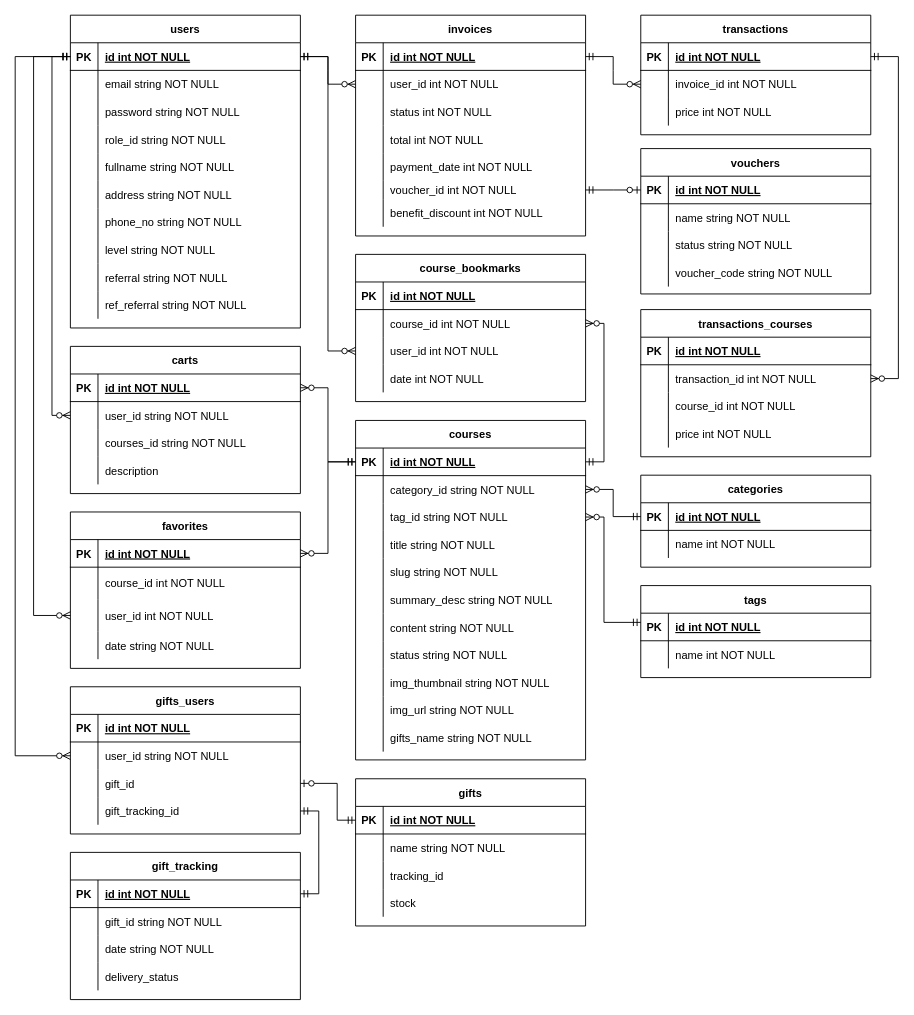
The draw.io diagram page "ERD" (1 of 2) of online-learning.drawio in azmiadhani/diagramsnet, before the edit. Source tidied: cells renumbered, new cells numbered last; positions are measured from the earlier drawing's top-left corner, leaving out a move shared by most shapes. Both pictures are drawn from the tidied source at 92%, with x=0, y=0 at pixel (-77, 15).
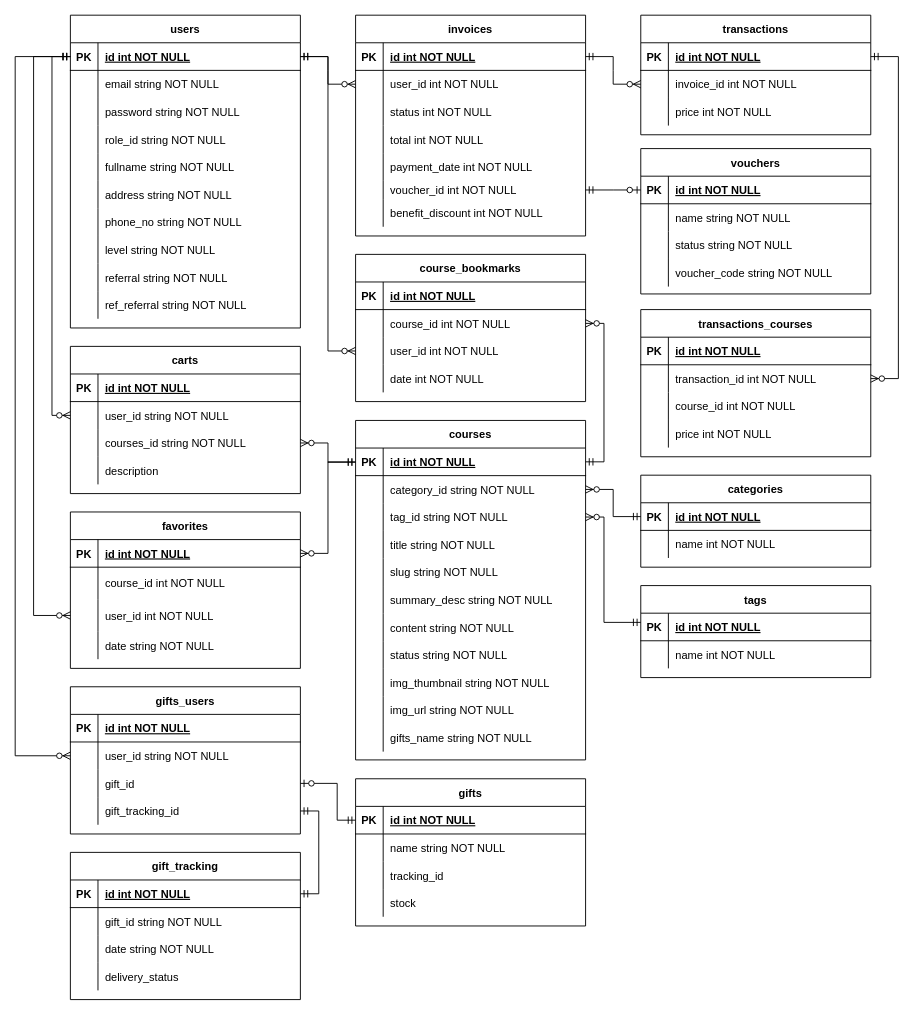
After the change.

The change refers to these unchanged cells:
```xml
<mxCell id="47" style="shape=partialRectangle;fillColor=none;points=[[0,0.5],[1,0.5]];portConstraint=eastwest;top=0;left=0;right=0;bottom=1;" parent="46" vertex="1">
  <mxGeometry y="30" width="250" height="30" as="geometry" />
</mxCell>
<mxCell id="212" style="shape=partialRectangle;fillColor=none;points=[[0,0.5],[1,0.5]];portConstraint=eastwest;top=0;left=0;right=0;bottom=1;" parent="211" vertex="1">
  <mxGeometry y="30" width="250" height="30" as="geometry" />
</mxCell>
<mxCell id="218" style="shape=partialRectangle;fillColor=none;points=[[0,0.5],[1,0.5]];portConstraint=eastwest;top=0;left=0;right=0;bottom=0;" parent="211" vertex="1">
  <mxGeometry y="90" width="250" height="30" as="geometry" />
</mxCell>
```

Change to the diagram source:
```diff
@@
-    <mxCell id="229" style="edgeStyle=elbowEdgeStyle;fontSize=12;html=1;endArrow=ERzeroToMany;startArrow=ERmandOne;rounded=0;" parent="1" edge="1" source="47" target="212">
+    <mxCell id="229" style="edgeStyle=elbowEdgeStyle;fontSize=12;html=1;endArrow=ERzeroToMany;startArrow=ERmandOne;rounded=0;" parent="1" edge="1" source="47" target="218">
       <mxGeometry relative="1" as="geometry">
         <Array as="points">
-          <mxPoint x="440" y="440" />
+          <mxPoint x="440" y="486" />
           <mxPoint x="460" y="530" />
           <mxPoint x="440" y="530" />
           <mxPoint x="150" y="370" />
           <mxPoint x="150" y="350" />
           <mxPoint x="120" y="360" />
           <mxPoint x="160" y="290" />
         </Array>
       </mxGeometry>
     </mxCell>
```
